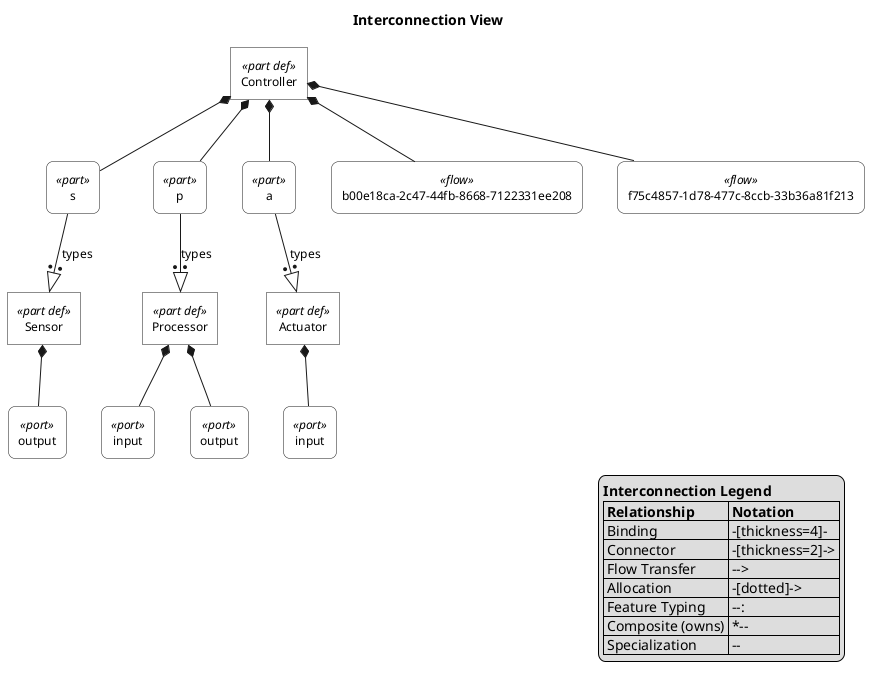
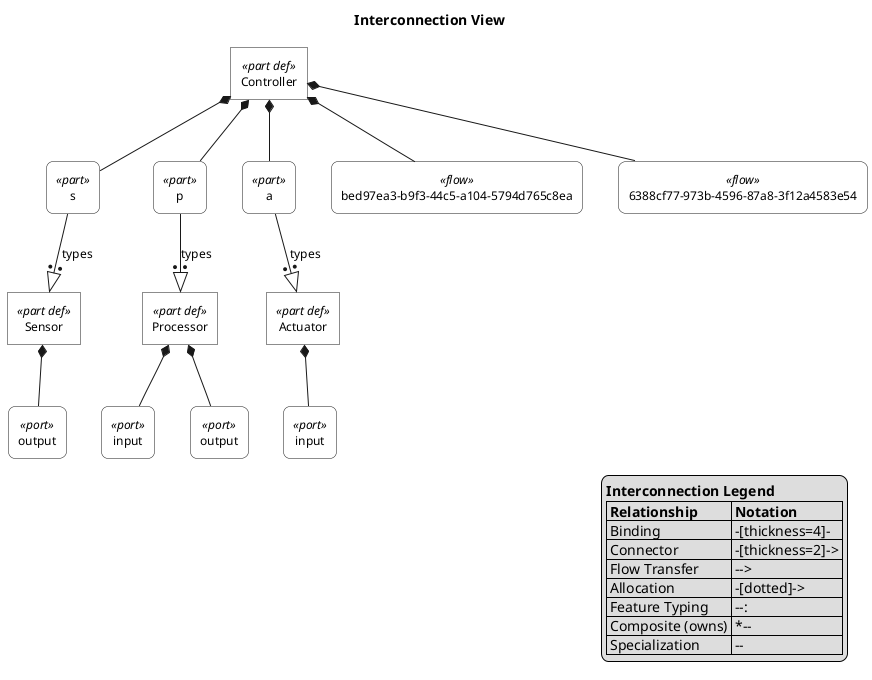
@startuml

skinparam monochrome true
skinparam wrapWidth 300
skinparam defaultFontSize 12
skinparam defaultFontName Helvetica

skinparam rectangle<<part def>> {
    RoundCorner 0
    BackgroundColor white
}
skinparam rectangle<<part>> {
    RoundCorner 15
    BackgroundColor white
}
skinparam rectangle<<port def>> {
    RoundCorner 0
    BackgroundColor white
}
skinparam rectangle<<port>> {
    RoundCorner 15
    BackgroundColor white
}
skinparam rectangle<<interface def>> {
    RoundCorner 0
    BackgroundColor white
}
skinparam rectangle<<interface>> {
    RoundCorner 15
    BackgroundColor white
}
skinparam rectangle<<item def>> {
    RoundCorner 0
    BackgroundColor white
}
skinparam rectangle<<item>> {
    RoundCorner 15
    BackgroundColor white
}
skinparam rectangle<<attribute def>> {
    RoundCorner 0
    BackgroundColor white
}
skinparam rectangle<<attribute>> {
    RoundCorner 15
    BackgroundColor white
}
skinparam rectangle<<connection def>> {
    RoundCorner 0
    BackgroundColor white
}
skinparam rectangle<<connection>> {
    RoundCorner 15
    BackgroundColor white
}
skinparam rectangle<<flow def>> {
    RoundCorner 0
    BackgroundColor white
}
skinparam rectangle<<flow>> {
    RoundCorner 15
    BackgroundColor white
}

top to bottom direction

title Interconnection View

hide circle

rectangle "Sensor" as E1 <<part def>>
rectangle "output" as E2 <<port>>
rectangle "Processor" as E3 <<part def>>
rectangle "input" as E4 <<port>>
rectangle "output" as E5 <<port>>
rectangle "Actuator" as E6 <<part def>>
rectangle "input" as E7 <<port>>
rectangle "Controller" as E8 <<part def>>
rectangle "s" as E9 <<part>>
rectangle "p" as E10 <<part>>
rectangle "a" as E11 <<part>>
- rectangle "b00e18ca-2c47-44fb-8668-7122331ee208" as E12 <<flow>>
- rectangle "f75c4857-1d78-477c-8ccb-33b36a81f213" as E13 <<flow>>
+ rectangle "bed97ea3-b9f3-44c5-a104-5794d765c8ea" as E12 <<flow>>
+ rectangle "6388cf77-973b-4596-87a8-3f12a4583e54" as E13 <<flow>>

E1 *-- E2
E3 *-- E4
E3 *-- E5
E6 *-- E7
E8 *-- E9
E9 --:|> E1 : types
E8 *-- E10
E10 --:|> E3 : types
E8 *-- E11
E11 --:|> E6 : types
E8 *-- E12
E8 *-- E13


legend right
  <b>Interconnection Legend</b>
  |= Relationship |= Notation |
  | Binding | -[thickness=4]- |
  | Connector | -[thickness=2]-> |
  | Flow Transfer | --> |
  | Allocation | -[dotted]-> |
  | Feature Typing | --:|> |
  | Composite (owns) | *-- |
  | Specialization | --|> |
endlegend

@enduml